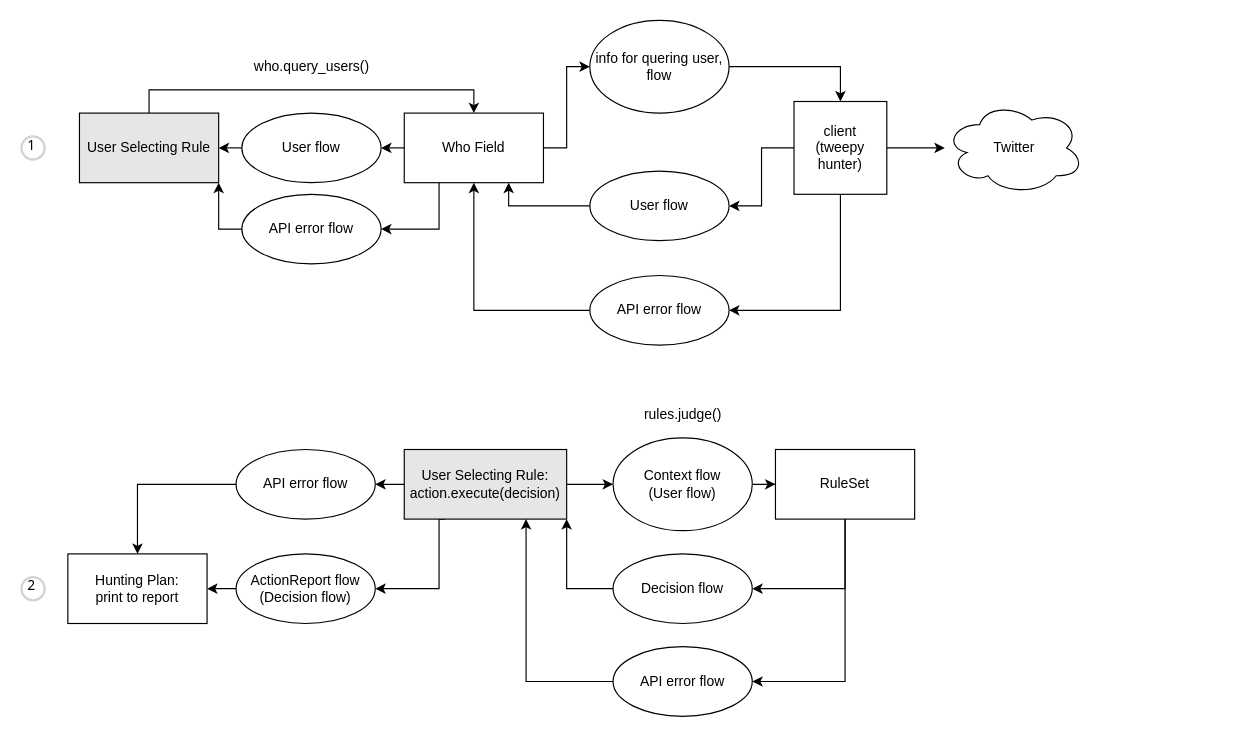
Above: document/data-flow.drawio in boholder/puntgun (draw.io), before the change. Source tidied: cells renumbered, new cells numbered last; positions are measured from the earlier drawing's top-left corner, leaving out a move shared by most shapes. Both pictures are drawn from the tidied source at 116%, with x=0, y=0 at pixel (21, 20).
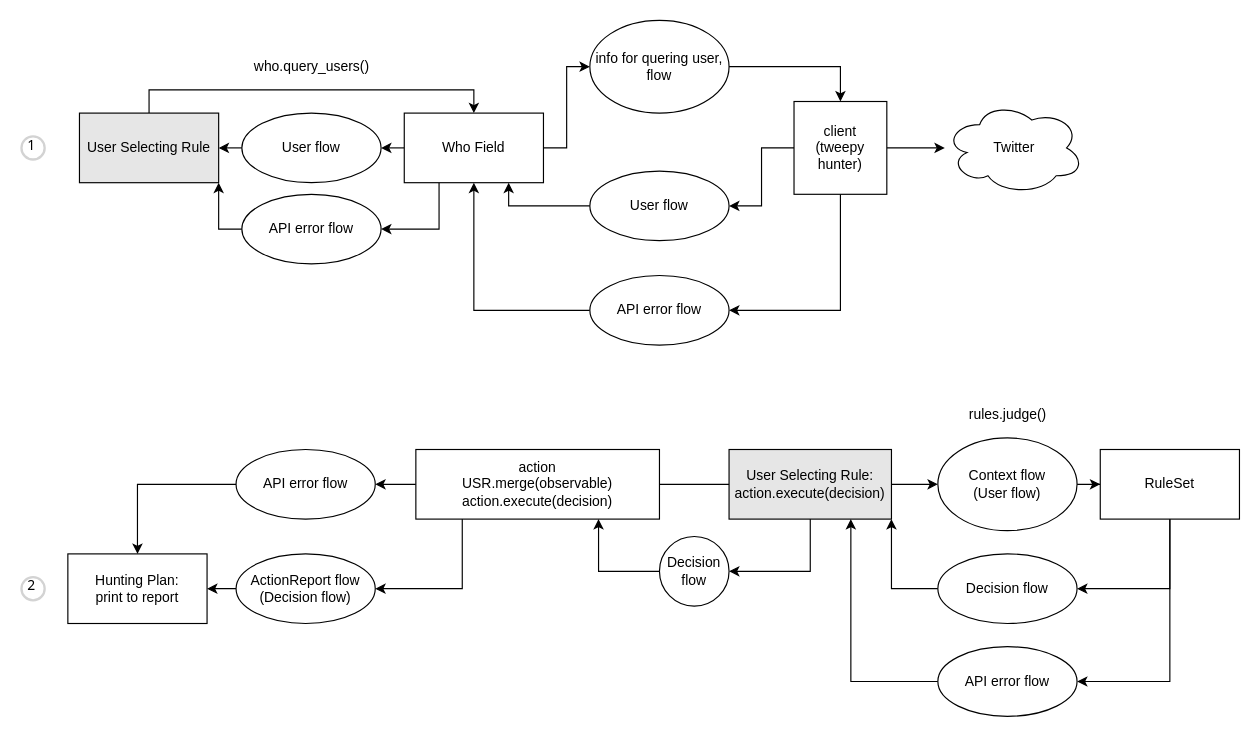
After the change.

Commit message (it also covers changes not shown here):
Thinking about data flow structures.

The change refers to these unchanged cells:
```xml
<mxCell id="27" value="API error flow" style="ellipse;whiteSpace=wrap;html=1;rounded=0;" parent="1" vertex="1">
  <mxGeometry x="185" y="370" width="120" height="60" as="geometry" />
</mxCell>
<mxCell id="41" value="ActionReport flow&lt;br&gt;(Decision flow)" style="ellipse;whiteSpace=wrap;html=1;" parent="1" vertex="1">
  <mxGeometry x="185" y="460" width="120" height="60" as="geometry" />
</mxCell>
```

Diff of the diagram source:
```diff
@@
-    <mxCell id="29" style="edgeStyle=orthogonalEdgeStyle;rounded=0;jettySize=auto;html=1;" parent="1" edge="1" source="31" target="27">
+    <mxCell id="29" style="edgeStyle=orthogonalEdgeStyle;rounded=0;jettySize=auto;html=1;startArrow=none;" parent="1" edge="1" source="47" target="27">
       <mxGeometry relative="1" as="geometry" />
     </mxCell>
-    <mxCell id="30" style="edgeStyle=orthogonalEdgeStyle;rounded=0;jettySize=auto;html=1;entryX=1;entryY=0.5;entryDx=0;entryDy=0;exitX=0.25;exitY=1;exitDx=0;exitDy=0;" parent="1" edge="1" source="31" target="41">
-      <mxGeometry relative="1" as="geometry">
-        <Array as="points">
-          <mxPoint x="360" y="490" />
-        </Array>
-      </mxGeometry>
-    </mxCell>
+    <mxCell id="45" style="edgeStyle=orthogonalEdgeStyle;rounded=0;jettySize=auto;html=1;entryX=1;entryY=0.5;entryDx=0;entryDy=0;" parent="1" edge="1" source="31" target="50">
+      <mxGeometry relative="1" as="geometry" />
+    </mxCell>
     <mxCell id="31" value="User Selecting Rule:&lt;br&gt;action.execute(decision)" style="rounded=0;whiteSpace=wrap;html=1;fillColor=#E6E6E6;" parent="1" vertex="1">
-      <mxGeometry x="330" y="370" width="140" height="60" as="geometry" />
+      <mxGeometry x="610" y="370" width="140" height="60" as="geometry" />
     </mxCell>
@@
     <mxCell id="33" value="Context flow&lt;br&gt;(User flow)" style="ellipse;whiteSpace=wrap;html=1;" parent="1" vertex="1">
-      <mxGeometry x="510" y="360" width="120" height="80" as="geometry" />
+      <mxGeometry x="790" y="360" width="120" height="80" as="geometry" />
     </mxCell>
     <mxCell id="34" style="edgeStyle=orthogonalEdgeStyle;rounded=0;jettySize=auto;html=1;entryX=1;entryY=0.5;entryDx=0;entryDy=0;" parent="1" edge="1" source="36" target="38">
       <mxGeometry relative="1" as="geometry">
         <Array as="points">
-          <mxPoint x="710" y="490" />
+          <mxPoint x="990" y="490" />
         </Array>
       </mxGeometry>
     </mxCell>
     <mxCell id="35" style="edgeStyle=orthogonalEdgeStyle;rounded=0;jettySize=auto;html=1;entryX=1;entryY=0.5;entryDx=0;entryDy=0;" parent="1" edge="1" source="36" target="43">
       <mxGeometry relative="1" as="geometry">
         <Array as="points">
-          <mxPoint x="710" y="570" />
+          <mxPoint x="990" y="570" />
         </Array>
       </mxGeometry>
     </mxCell>
     <mxCell id="36" value="RuleSet" style="whiteSpace=wrap;html=1;" parent="1" vertex="1">
-      <mxGeometry x="650" y="370" width="120" height="60" as="geometry" />
+      <mxGeometry x="930" y="370" width="120" height="60" as="geometry" />
     </mxCell>
@@
     <mxCell id="38" value="Decision flow" style="ellipse;whiteSpace=wrap;html=1;" parent="1" vertex="1">
-      <mxGeometry x="510" y="460" width="120" height="60" as="geometry" />
+      <mxGeometry x="790" y="460" width="120" height="60" as="geometry" />
     </mxCell>
     <mxCell id="39" value="rules.judge()" style="text;html=1;align=center;verticalAlign=middle;strokeColor=none;fillColor=none;" parent="1" vertex="1">
-      <mxGeometry x="530" y="330" width="80" height="20" as="geometry" />
+      <mxGeometry x="810" y="330" width="80" height="20" as="geometry" />
     </mxCell>
@@
     <mxCell id="43" value="API error flow" style="ellipse;whiteSpace=wrap;html=1;rounded=0;" parent="1" vertex="1">
-      <mxGeometry x="510" y="540" width="120" height="60" as="geometry" />
+      <mxGeometry x="790" y="540" width="120" height="60" as="geometry" />
     </mxCell>
@@
+    <mxCell id="46" style="edgeStyle=orthogonalEdgeStyle;rounded=0;jettySize=auto;html=1;entryX=1;entryY=0.5;entryDx=0;entryDy=0;" parent="1" edge="1" source="47" target="41">
+      <mxGeometry relative="1" as="geometry">
+        <Array as="points">
+          <mxPoint x="380" y="490" />
+        </Array>
+      </mxGeometry>
+    </mxCell>
+    <mxCell id="47" value="action&lt;br&gt;USR.merge(observable)&lt;br&gt;action.execute(decision)" style="rounded=0;whiteSpace=wrap;html=1;" parent="1" vertex="1">
+      <mxGeometry x="340" y="370" width="210" height="60" as="geometry" />
+    </mxCell>
+    <mxCell id="48" style="edgeStyle=orthogonalEdgeStyle;rounded=0;jettySize=auto;html=1;endArrow=none;" parent="1" edge="1" source="31" target="47">
+      <mxGeometry relative="1" as="geometry" />
+    </mxCell>
+    <mxCell id="49" style="edgeStyle=orthogonalEdgeStyle;rounded=0;jettySize=auto;html=1;exitX=0;exitY=0.5;exitDx=0;exitDy=0;entryX=0.75;entryY=1;entryDx=0;entryDy=0;" parent="1" edge="1" source="50" target="47">
+      <mxGeometry relative="1" as="geometry" />
+    </mxCell>
+    <mxCell id="50" value="Decision flow" style="ellipse;whiteSpace=wrap;html=1;" parent="1" vertex="1">
+      <mxGeometry x="550" y="445" width="60" height="60" as="geometry" />
+    </mxCell>
```
